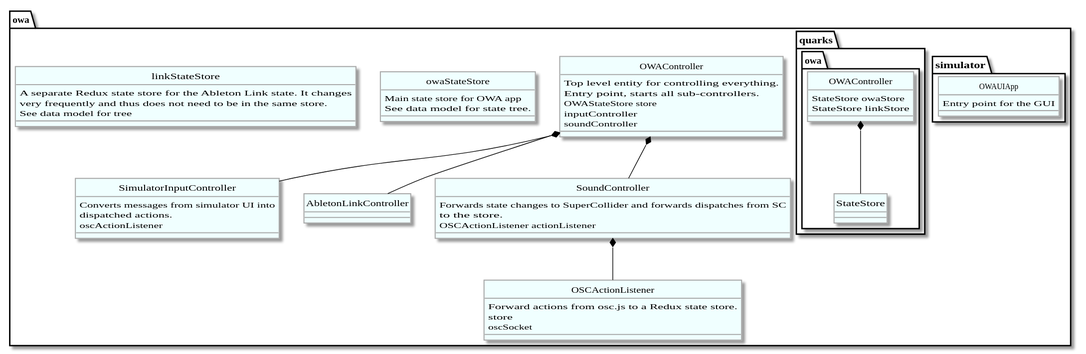
This is docs/architecture_overview.svg from awakeningio/owa, a PlantUML export, as it was before one commit.
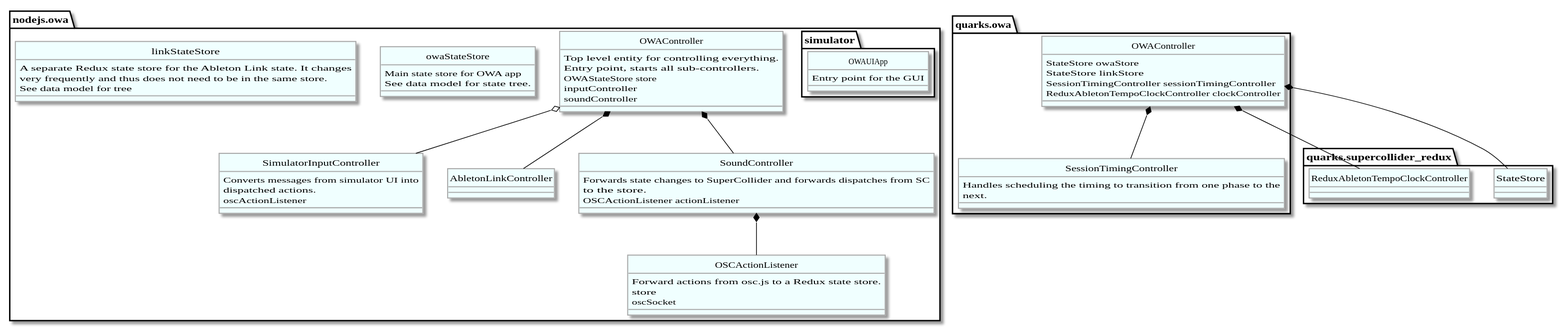
Later version of the same file.

Commit message:
up to date diagrams

Diff of the diagram source:
```diff
@@ -40,7 +40,7 @@
   borderColor DarkGrey
 }
 
-namespace owa {
+namespace nodejs.owa {
   class OWAController {
     Top level entity for controlling everything.
     Entry point, starts all sub-controllers.
@@ -101,20 +101,24 @@
     }
   }
 
-  namespace quarks {
-    namespace owa {
-      class OWAController {
-        StateStore owaStore
-        StateStore linkStore
-      }
+}
 
-      OWAController *-- StateStore
-    }
+package quarks.owa {
+  class OWAController {
+    StateStore owaStore
+    StateStore linkStore
+    SessionTimingController sessionTimingController
+    ReduxAbletonTempoClockController clockController
   }
+  OWAController *-- quarks.supercollider_redux.StateStore
+  OWAController *-- quarks.supercollider_redux.ReduxAbletonTempoClockController
 
-
+  class SessionTimingController {
+    Handles scheduling the timing to transition from one phase to the
+    next.
+  }
+  OWAController *-- SessionTimingController
 }
 
 
-
 @enduml
```
